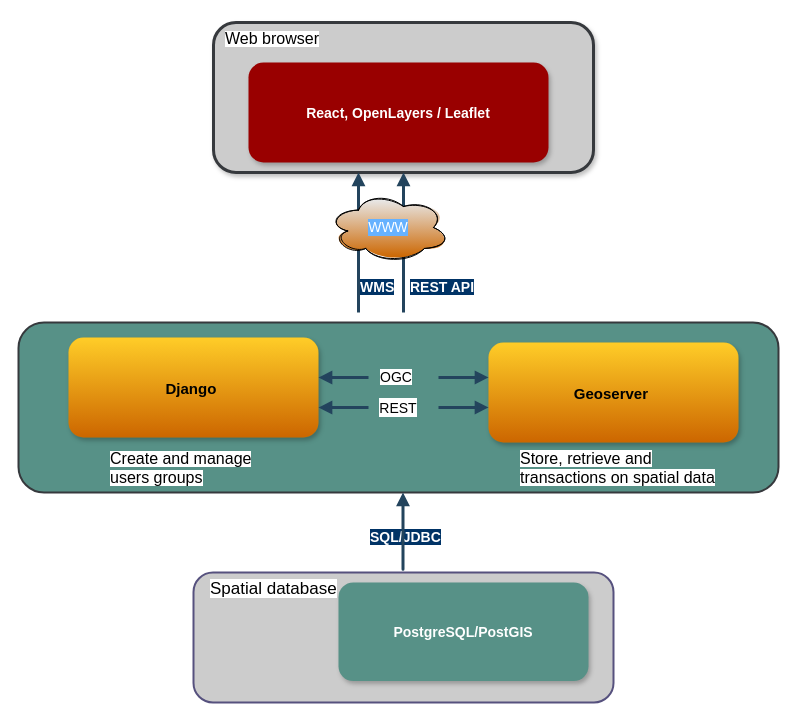
This is page "Page-3" (3 of 3) of Untitled Diagram.drawio from abersh/Devops_Engineer, a draw.io file, before an edit. Source tidied: cells renumbered, new cells numbered last; positions are measured from the earlier drawing's top-left corner, leaving out a move shared by most shapes. Both pictures are drawn from the tidied source at 100%, with x=0, y=0 at pixel (18, 22).
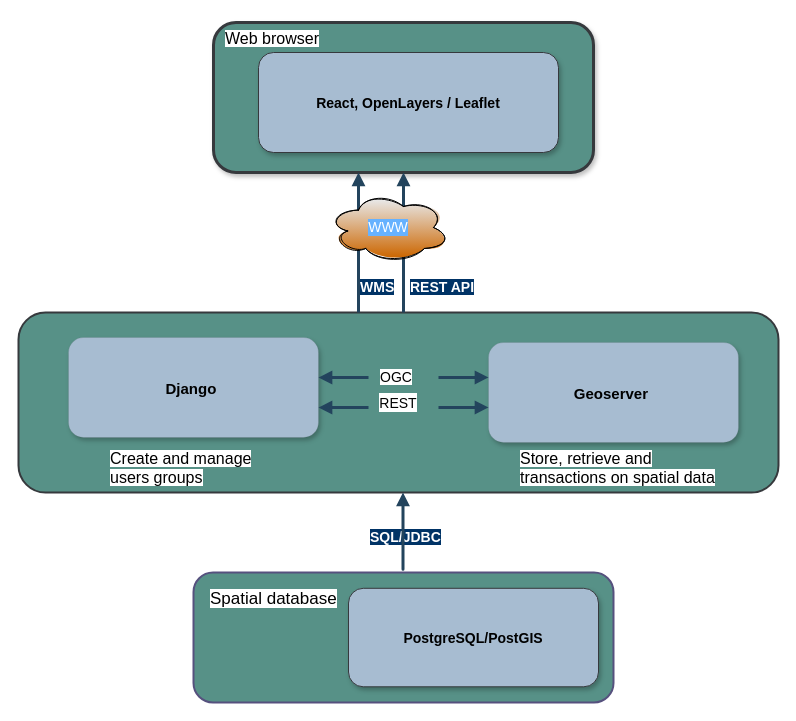
Above is the later version.

The edit, as a diff of the source:
```diff
@@
-    <mxCell id="2" style="rounded=1;whiteSpace=wrap;html=1;labelBackgroundColor=default;fontSize=16;fillColor=#CCCCCC;strokeColor=#56517e;strokeWidth=2;" parent="1" vertex="1">
+    <mxCell id="2" style="rounded=1;whiteSpace=wrap;html=1;labelBackgroundColor=default;fontSize=16;fillColor=#579187;strokeColor=#56517e;strokeWidth=2;" parent="1" vertex="1">
       <mxGeometry x="175" y="550" width="420" height="130" as="geometry" />
     </mxCell>
-    <mxCell id="3" value="PostgreSQL/PostGIS" style="rounded=1;fillColor=#579187;strokeColor=none;shadow=1;gradientColor=none;fontStyle=1;fontColor=#FFFFFF;fontSize=14;" parent="1" vertex="1">
-      <mxGeometry x="320" y="560" width="250" height="98.5" as="geometry" />
+    <mxCell id="3" value="PostgreSQL/PostGIS" style="rounded=1;fillColor=#A7BCD1;strokeColor=#36393d;shadow=1;fontStyle=1;fontSize=14;" parent="1" vertex="1">
+      <mxGeometry x="330" y="565.8" width="250" height="98.5" as="geometry" />
     </mxCell>
     <mxCell id="4" value="&lt;font style=&quot;font-size: 14px&quot;&gt;REST&lt;/font&gt;" style="rounded=1;whiteSpace=wrap;html=1;labelBackgroundColor=default;fontSize=16;fillColor=#579187;strokeColor=#36393d;strokeWidth=2;" parent="1" vertex="1">
-      <mxGeometry y="300" width="760" height="170" as="geometry" />
+      <mxGeometry y="290" width="760" height="180" as="geometry" />
     </mxCell>
-    <mxCell id="5" style="rounded=1;shadow=1;fontStyle=1;fontSize=16;fillColor=#CCCCCC;strokeColor=#36393d;strokeWidth=3;" parent="1" vertex="1">
+    <mxCell id="5" style="rounded=1;shadow=1;fontStyle=1;fontSize=16;fillColor=#579187;strokeColor=#36393d;strokeWidth=3;" parent="1" vertex="1">
       <mxGeometry x="195" width="380" height="150" as="geometry" />
     </mxCell>
-    <mxCell id="6" value="Django " style="rounded=1;fillColor=#ffcd28;strokeColor=#d79b00;shadow=1;fontStyle=1;fontSize=15;gradientColor=#CC6600;strokeWidth=0;" parent="1" vertex="1">
+    <mxCell id="6" value="Django " style="rounded=1;fillColor=#A7BCD1;strokeColor=#36393d;shadow=1;fontStyle=1;fontSize=15;strokeWidth=0;" parent="1" vertex="1">
       <mxGeometry x="50" y="315" width="250" height="100" as="geometry" />
     </mxCell>
-    <mxCell id="7" value="Geoserver " style="rounded=1;fillColor=#ffcd28;strokeColor=#d79b00;shadow=1;fontStyle=1;fontSize=15;gradientColor=#CC6600;strokeWidth=0;" parent="1" vertex="1">
+    <mxCell id="7" value="Geoserver " style="rounded=1;fillColor=#A7BCD1;strokeColor=#36393d;shadow=1;fontStyle=1;fontSize=15;strokeWidth=0;" parent="1" vertex="1">
       <mxGeometry x="470" y="320" width="250" height="100" as="geometry" />
     </mxCell>
@@
-    <mxCell id="14" value="React, OpenLayers / Leaflet" style="rounded=1;fillColor=#990000;strokeColor=none;shadow=1;gradientColor=none;fontStyle=1;fontColor=#FFFFFF;fontSize=14;" parent="1" vertex="1">
-      <mxGeometry x="230" y="40" width="300" height="100" as="geometry" />
+    <mxCell id="14" value="React, OpenLayers / Leaflet" style="rounded=1;fillColor=#A7BCD1;strokeColor=#36393d;shadow=1;fontStyle=1;fontSize=14;" parent="1" vertex="1">
+      <mxGeometry x="240" y="30" width="300" height="100" as="geometry" />
     </mxCell>
@@
-    <mxCell id="20" value="&lt;span style=&quot;background-color: rgb(255 , 255 , 255)&quot;&gt;&lt;font style=&quot;font-size: 16px&quot;&gt;Create and manage users groups&lt;/font&gt;&lt;/span&gt;" style="text;whiteSpace=wrap;html=1;fontSize=14;" parent="1" vertex="1">
+    <mxCell id="20" value="&lt;span style=&quot;background-color: rgb(255, 255, 255); font-size: 16px;&quot;&gt;&lt;font style=&quot;font-size: 16px;&quot;&gt;Create and manage users groups&lt;/font&gt;&lt;/span&gt;" style="text;whiteSpace=wrap;html=1;fontSize=16;" parent="1" vertex="1">
       <mxGeometry x="90" y="420" width="170" height="30" as="geometry" />
     </mxCell>
@@
     <mxCell id="22" value="&lt;span style=&quot;background-color: rgb(255, 255, 255); font-size: 17px;&quot;&gt;Spatial database&lt;br style=&quot;font-size: 17px;&quot;&gt;&lt;/span&gt;" style="text;whiteSpace=wrap;html=1;fontSize=17;" parent="1" vertex="1">
-      <mxGeometry x="190" y="550" width="130" height="30" as="geometry" />
+      <mxGeometry x="190" y="560" width="130" height="30" as="geometry" />
     </mxCell>
-    <mxCell id="23" value="&lt;span style=&quot;background-color: rgb(255 , 255 , 255)&quot;&gt;&lt;font style=&quot;font-size: 16px&quot;&gt;Web browser&lt;br&gt;&lt;br&gt;&lt;/font&gt;&lt;/span&gt;" style="text;whiteSpace=wrap;html=1;fontSize=14;" parent="1" vertex="1">
+    <mxCell id="23" value="&lt;span style=&quot;background-color: rgb(255, 255, 255); font-size: 16px;&quot;&gt;&lt;font style=&quot;font-size: 16px;&quot;&gt;Web browser&lt;br style=&quot;font-size: 16px;&quot;&gt;&lt;br style=&quot;font-size: 16px;&quot;&gt;&lt;/font&gt;&lt;/span&gt;" style="text;whiteSpace=wrap;html=1;fontSize=16;" parent="1" vertex="1">
       <mxGeometry x="205" width="100" height="30" as="geometry" />
     </mxCell>
```
